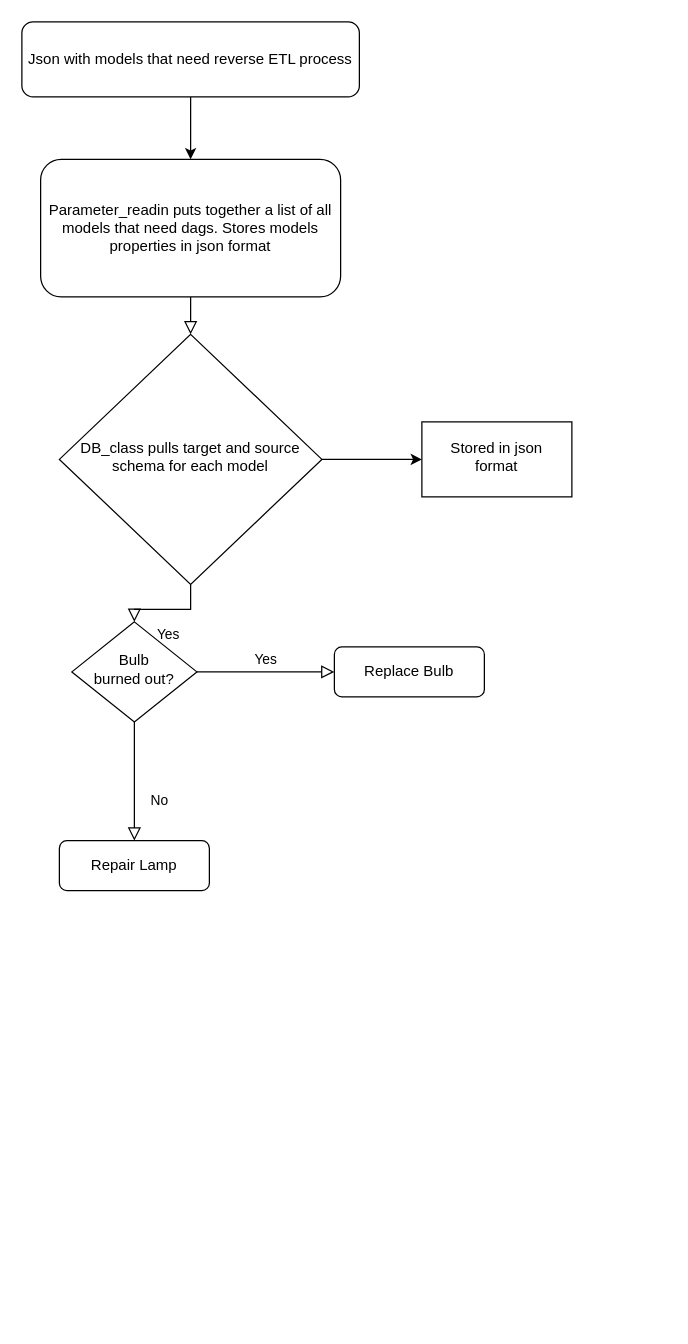
The draw.io diagram Untitled Diagram.drawio in vasquezk26/dq_and_dg, before the edit. Source tidied: cells renumbered, new cells numbered last; positions are measured from the earlier drawing's top-left corner, leaving out a move shared by most shapes. Both pictures are drawn from the tidied source at 125%, with x=0, y=0 at pixel (21, 21).
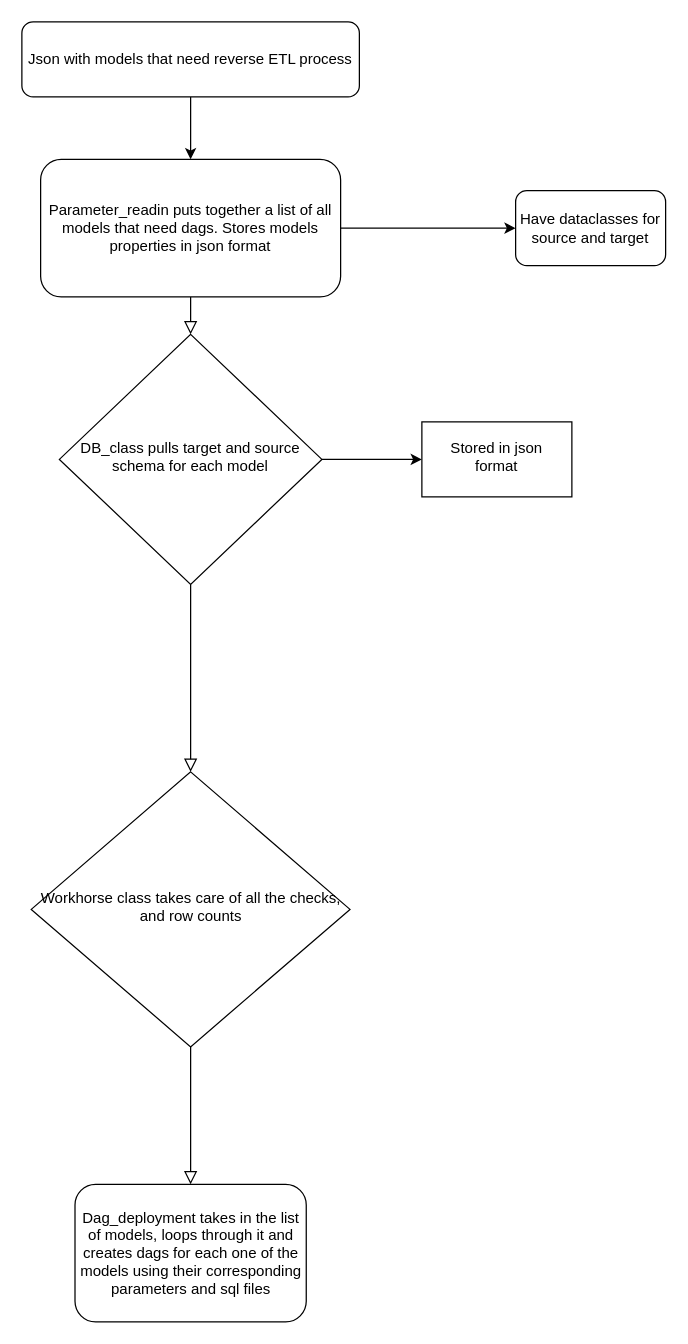
The same page after the edit.

The edit, as a diff of the source:
```diff
@@
 <mxGraphModel>
   <root>
     <mxCell id="0" />
     <mxCell id="1" parent="0" />
     <mxCell id="2" style="rounded=0;html=1;jettySize=auto;fontSize=11;endArrow=block;endFill=0;endSize=8;strokeWidth=1;shadow=0;labelBackgroundColor=none;edgeStyle=orthogonalEdgeStyle;" parent="1" edge="1" source="3" target="6">
       <mxGeometry relative="1" as="geometry" />
     </mxCell>
+    <mxCell id="15" style="edgeStyle=orthogonalEdgeStyle;rounded=0;jettySize=auto;html=1;" parent="1" edge="1" source="3" target="16">
+      <mxGeometry relative="1" as="geometry" />
+    </mxCell>
     <mxCell id="3" value="Parameter_readin puts together a list of all models that need dags. Stores models properties in json format" style="rounded=1;whiteSpace=wrap;html=1;fontSize=12;glass=0;strokeWidth=1;shadow=0;" parent="1" vertex="1">
       <mxGeometry x="15" y="110" width="240" height="110" as="geometry" />
     </mxCell>
-    <mxCell id="4" value="Yes" style="rounded=0;html=1;jettySize=auto;fontSize=11;endArrow=block;endFill=0;endSize=8;strokeWidth=1;shadow=0;labelBackgroundColor=none;edgeStyle=orthogonalEdgeStyle;" parent="1" edge="1" source="6" target="9">
+    <mxCell id="4" style="rounded=0;html=1;jettySize=auto;fontSize=11;endArrow=block;endFill=0;endSize=8;strokeWidth=1;shadow=0;labelBackgroundColor=none;edgeStyle=orthogonalEdgeStyle;" parent="1" edge="1" source="6" target="9">
       <mxGeometry y="20" relative="1" as="geometry" />
     </mxCell>
     <mxCell id="5" style="edgeStyle=orthogonalEdgeStyle;rounded=0;jettySize=auto;html=1;" parent="1" edge="1" source="6" target="14">
       <mxGeometry relative="1" as="geometry" />
     </mxCell>
     <mxCell id="6" value="DB_class pulls target and source schema for each model" style="rhombus;whiteSpace=wrap;html=1;shadow=0;fontFamily=Helvetica;fontSize=12;align=center;strokeWidth=1;spacing=6;spacingTop=-4;" parent="1" vertex="1">
       <mxGeometry x="30" y="250" width="210" height="200" as="geometry" />
     </mxCell>
-    <mxCell id="7" value="No" style="rounded=0;html=1;jettySize=auto;fontSize=11;endArrow=block;endFill=0;endSize=8;strokeWidth=1;shadow=0;labelBackgroundColor=none;edgeStyle=orthogonalEdgeStyle;" parent="1" edge="1" source="9" target="10">
+    <mxCell id="7" style="rounded=0;html=1;jettySize=auto;fontSize=11;endArrow=block;endFill=0;endSize=8;strokeWidth=1;shadow=0;labelBackgroundColor=none;edgeStyle=orthogonalEdgeStyle;" parent="1" edge="1" source="9" target="10">
       <mxGeometry x="0.33" y="20" relative="1" as="geometry" />
     </mxCell>
-    <mxCell id="8" value="Yes" style="edgeStyle=orthogonalEdgeStyle;rounded=0;html=1;jettySize=auto;fontSize=11;endArrow=block;endFill=0;endSize=8;strokeWidth=1;shadow=0;labelBackgroundColor=none;" parent="1" edge="1" source="9" target="11">
-      <mxGeometry y="10" relative="1" as="geometry" />
-    </mxCell>
-    <mxCell id="9" value="Bulb&lt;br&gt;burned out?" style="rhombus;whiteSpace=wrap;html=1;shadow=0;fontFamily=Helvetica;fontSize=12;align=center;strokeWidth=1;spacing=6;spacingTop=-4;" parent="1" vertex="1">
-      <mxGeometry x="40" y="480" width="100" height="80" as="geometry" />
+    <mxCell id="9" value="Workhorse class takes care of all the checks, and row counts" style="rhombus;whiteSpace=wrap;html=1;shadow=0;fontFamily=Helvetica;fontSize=12;align=center;strokeWidth=1;spacing=6;spacingTop=-4;" parent="1" vertex="1">
+      <mxGeometry x="7.5" y="600" width="255" height="220" as="geometry" />
     </mxCell>
-    <mxCell id="10" value="Repair Lamp" style="rounded=1;whiteSpace=wrap;html=1;fontSize=12;glass=0;strokeWidth=1;shadow=0;" parent="1" vertex="1">
-      <mxGeometry x="30" y="655" width="120" height="40" as="geometry" />
+    <mxCell id="10" value="Dag_deployment takes in the list of models, loops through it and creates dags for each one of the models using their corresponding parameters and sql files" style="rounded=1;whiteSpace=wrap;html=1;fontSize=12;glass=0;strokeWidth=1;shadow=0;" parent="1" vertex="1">
+      <mxGeometry x="42.5" y="930" width="185" height="110" as="geometry" />
     </mxCell>
-    <mxCell id="11" value="Replace Bulb" style="rounded=1;whiteSpace=wrap;html=1;fontSize=12;glass=0;strokeWidth=1;shadow=0;" parent="1" vertex="1">
-      <mxGeometry x="250" y="500" width="120" height="40" as="geometry" />
-    </mxCell>
     <mxCell id="12" style="edgeStyle=orthogonalEdgeStyle;rounded=0;jettySize=auto;html=1;" parent="1" edge="1" source="13" target="3">
       <mxGeometry relative="1" as="geometry" />
     </mxCell>
     <mxCell id="13" value="Json with models that need reverse ETL process" style="whiteSpace=wrap;html=1;rounded=1;glass=0;strokeWidth=1;shadow=0;" parent="1" vertex="1">
       <mxGeometry width="270" height="60" as="geometry" />
     </mxCell>
     <mxCell id="14" value="Stored in json format" style="whiteSpace=wrap;html=1;shadow=0;strokeWidth=1;spacing=6;spacingTop=-4;" parent="1" vertex="1">
       <mxGeometry x="320" y="320" width="120" height="60" as="geometry" />
     </mxCell>
+    <mxCell id="16" value="Have dataclasses for source and target" style="whiteSpace=wrap;html=1;rounded=1;glass=0;strokeWidth=1;shadow=0;" parent="1" vertex="1">
+      <mxGeometry x="395" y="135" width="120" height="60" as="geometry" />
+    </mxCell>
   </root>
 </mxGraphModel>
```
